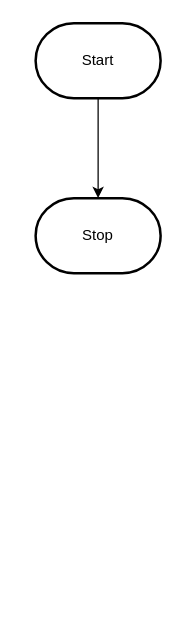
Earlier version of the draw.io diagram design/flowchart.drawio (clara-tyman/ICD2O-Unit-5-07-PWA-clara-tyman). Source tidied: cells renumbered, new cells numbered last; positions are measured from the earlier drawing's top-left corner, leaving out a move shared by most shapes. Both pictures are drawn from the tidied source at 125%, with x=0, y=0 at pixel (35, 22).
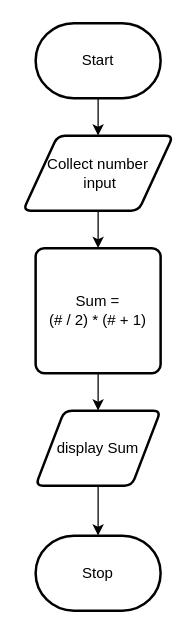
The same diagram, later.

Diff of the diagram source:
```diff
@@
 <mxGraphModel>
   <root>
     <mxCell id="0" />
     <mxCell id="1" parent="0" />
-    <mxCell id="2" style="edgeStyle=orthogonalEdgeStyle;html=1;rounded=0;" parent="1" edge="1" source="3" target="4">
-      <mxGeometry relative="1" as="geometry" />
-    </mxCell>
+    <mxCell id="5" style="edgeStyle=none;html=1;" parent="1" edge="1" source="3" target="7">
+      <mxGeometry relative="1" as="geometry" />
+    </mxCell>
     <mxCell id="3" value="Start" style="strokeWidth=2;html=1;shape=mxgraph.flowchart.terminator;whiteSpace=wrap;" parent="1" vertex="1">
       <mxGeometry width="100" height="60" as="geometry" />
     </mxCell>
     <mxCell id="4" value="Stop" style="strokeWidth=2;html=1;shape=mxgraph.flowchart.terminator;whiteSpace=wrap;" parent="1" vertex="1">
-      <mxGeometry y="140" width="100" height="60" as="geometry" />
+      <mxGeometry y="410" width="100" height="60" as="geometry" />
     </mxCell>
+    <mxCell id="6" style="edgeStyle=none;html=1;" parent="1" edge="1" source="7" target="9">
+      <mxGeometry relative="1" as="geometry" />
+    </mxCell>
+    <mxCell id="7" value="Collect number&lt;br&gt;&amp;nbsp;input" style="shape=parallelogram;html=1;strokeWidth=2;perimeter=parallelogramPerimeter;whiteSpace=wrap;rounded=1;arcSize=12;size=0.23;" parent="1" vertex="1">
+      <mxGeometry x="-10" y="90" width="120" height="60" as="geometry" />
+    </mxCell>
+    <mxCell id="8" style="edgeStyle=none;html=1;" parent="1" edge="1" source="9" target="11">
+      <mxGeometry relative="1" as="geometry" />
+    </mxCell>
+    <mxCell id="9" value="Sum = &lt;br&gt;(# / 2) * (# + 1)" style="rounded=1;whiteSpace=wrap;html=1;absoluteArcSize=1;arcSize=14;strokeWidth=2;" parent="1" vertex="1">
+      <mxGeometry y="180" width="100" height="100" as="geometry" />
+    </mxCell>
+    <mxCell id="10" style="edgeStyle=none;html=1;entryX=0.5;entryY=0;entryDx=0;entryDy=0;entryPerimeter=0;" parent="1" edge="1" source="11" target="4">
+      <mxGeometry relative="1" as="geometry" />
+    </mxCell>
+    <mxCell id="11" value="display Sum" style="shape=parallelogram;html=1;strokeWidth=2;perimeter=parallelogramPerimeter;whiteSpace=wrap;rounded=1;arcSize=12;size=0.23;" parent="1" vertex="1">
+      <mxGeometry y="310" width="100" height="60" as="geometry" />
+    </mxCell>
   </root>
 </mxGraphModel>
```
